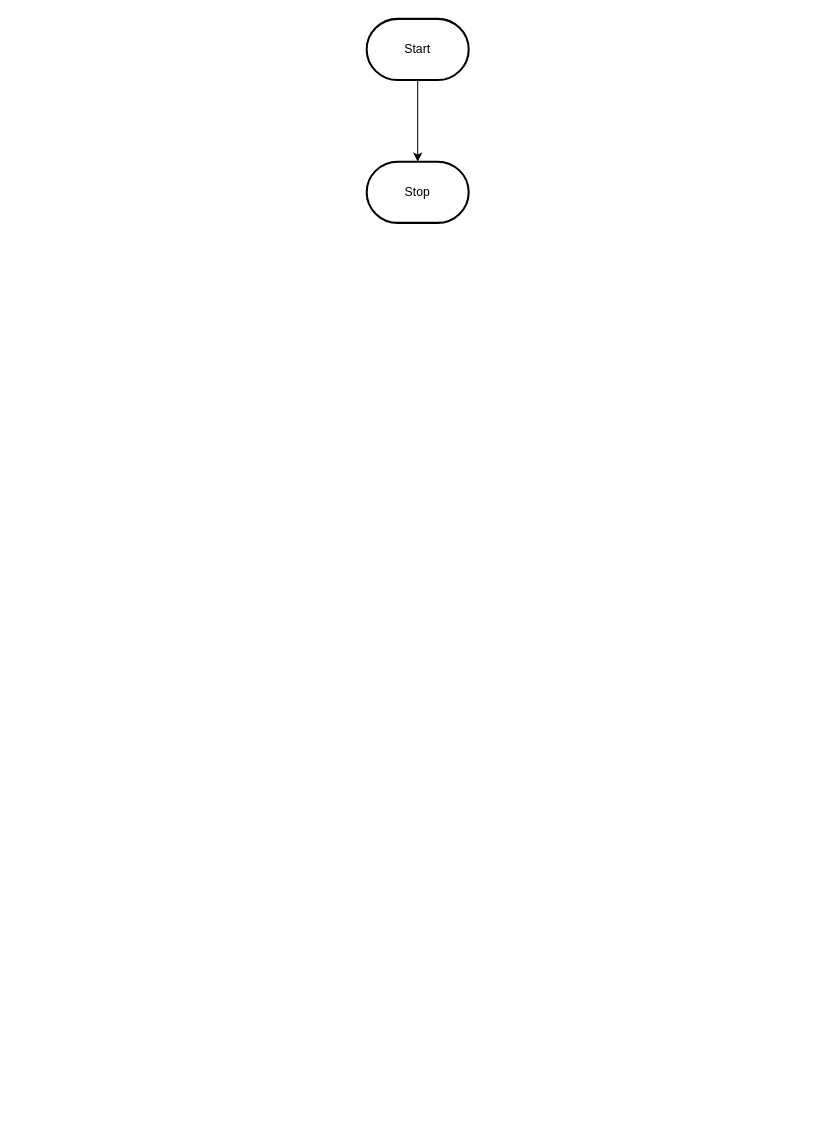
The draw.io diagram page "Page-1" (1 of 2) of design/flowchart.drawio in MTHS-ICD2O-1-2023/ICD2O-Assignment-04-jinyuzhe-calista-e, before the edit. Source tidied: cells renumbered, new cells numbered last; positions are measured from the earlier drawing's top-left corner, leaving out a move shared by most shapes. Both pictures are drawn from the tidied source at 102%, with x=0, y=0 at pixel (366, 18).
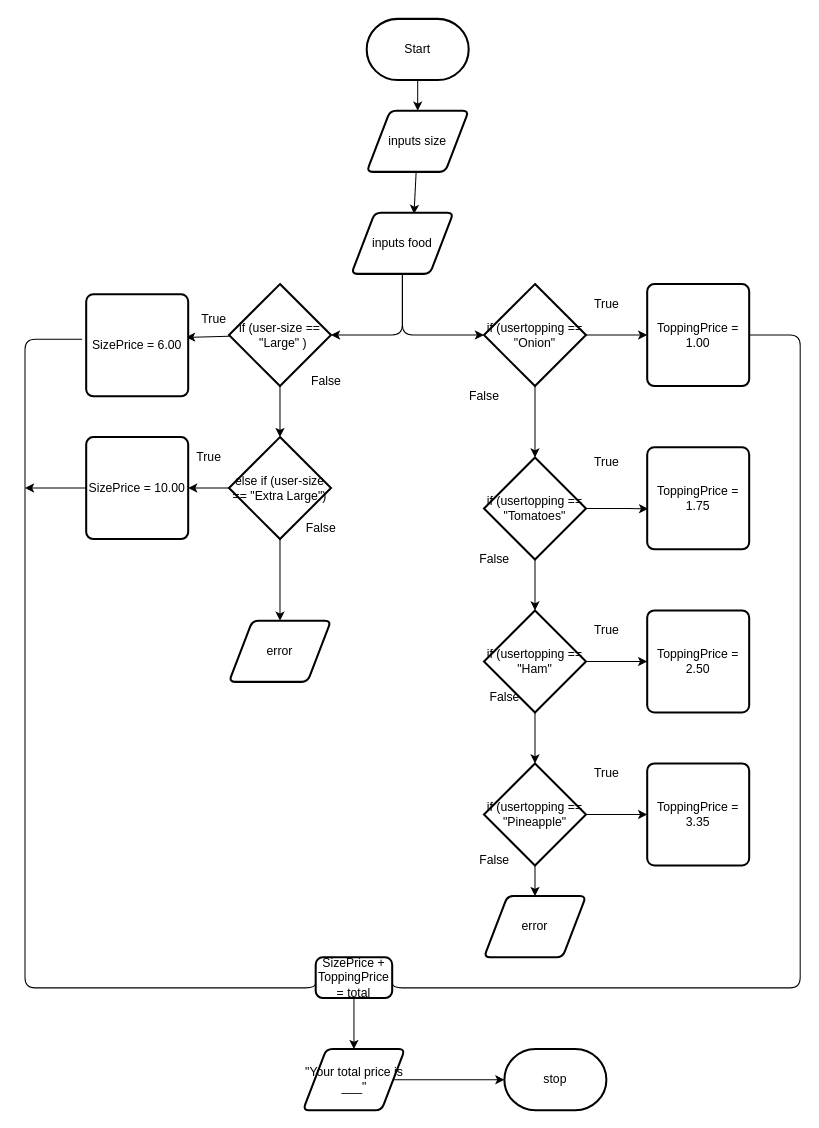
The same page after the edit.

Diff of the diagram source:
```diff
@@
+    <mxCell id="5" style="edgeStyle=none;html=1;entryX=0.5;entryY=0;entryDx=0;entryDy=0;" parent="1" edge="1" source="3" target="2">
+      <mxGeometry relative="1" as="geometry" />
+    </mxCell>
+    <mxCell id="3" value="Start" style="strokeWidth=2;html=1;shape=mxgraph.flowchart.terminator;whiteSpace=wrap;" parent="1" vertex="1">
+      <mxGeometry width="100" height="60" as="geometry" />
+    </mxCell>
+    <mxCell id="6" style="edgeStyle=none;html=1;entryX=0.614;entryY=0.021;entryDx=0;entryDy=0;entryPerimeter=0;" parent="1" edge="1" source="2" target="9">
+      <mxGeometry relative="1" as="geometry" />
+    </mxCell>
-    <mxCell id="2" style="edgeStyle=orthogonalEdgeStyle;html=1;rounded=0;" parent="1" edge="1" source="3" target="4">
-      <mxGeometry relative="1" as="geometry" />
+    <mxCell id="2" value="inputs size" style="shape=parallelogram;html=1;strokeWidth=2;perimeter=parallelogramPerimeter;whiteSpace=wrap;rounded=1;arcSize=12;size=0.23;" parent="1" vertex="1">
+      <mxGeometry y="90" width="100" height="60" as="geometry" />
     </mxCell>
-    <mxCell id="3" value="Start" style="strokeWidth=2;html=1;shape=mxgraph.flowchart.terminator;whiteSpace=wrap;" parent="1" vertex="1">
-      <mxGeometry width="100" height="60" as="geometry" />
-    </mxCell>
-    <mxCell id="4" value="Stop" style="strokeWidth=2;html=1;shape=mxgraph.flowchart.terminator;whiteSpace=wrap;" parent="1" vertex="1">
-      <mxGeometry y="140" width="100" height="60" as="geometry" />
-    </mxCell>
+    <mxCell id="7" style="edgeStyle=none;html=1;entryX=1;entryY=0.5;entryDx=0;entryDy=0;entryPerimeter=0;" parent="1" edge="1" source="9" target="12">
+      <mxGeometry relative="1" as="geometry">
+        <Array as="points">
+          <mxPoint x="35" y="310" />
+        </Array>
+      </mxGeometry>
+    </mxCell>
+    <mxCell id="8" style="edgeStyle=none;html=1;entryX=0;entryY=0.5;entryDx=0;entryDy=0;entryPerimeter=0;" parent="1" edge="1" source="9" target="26">
+      <mxGeometry relative="1" as="geometry">
+        <Array as="points">
+          <mxPoint x="35" y="310" />
+        </Array>
+      </mxGeometry>
+    </mxCell>
+    <mxCell id="9" value="inputs food" style="shape=parallelogram;html=1;strokeWidth=2;perimeter=parallelogramPerimeter;whiteSpace=wrap;rounded=1;arcSize=12;size=0.23;" parent="1" vertex="1">
+      <mxGeometry x="-15" y="190" width="100" height="60" as="geometry" />
+    </mxCell>
+    <mxCell id="10" style="edgeStyle=none;html=1;entryX=0.979;entryY=0.422;entryDx=0;entryDy=0;entryPerimeter=0;" parent="1" edge="1" source="12" target="13">
+      <mxGeometry relative="1" as="geometry" />
+    </mxCell>
+    <mxCell id="11" style="edgeStyle=none;html=1;entryX=0.5;entryY=0;entryDx=0;entryDy=0;entryPerimeter=0;" parent="1" edge="1" source="12" target="18">
+      <mxGeometry relative="1" as="geometry" />
+    </mxCell>
+    <mxCell id="12" value="if (user-size ==&lt;br&gt;&amp;nbsp; &quot;Large&quot; )" style="strokeWidth=2;html=1;shape=mxgraph.flowchart.decision;whiteSpace=wrap;" parent="1" vertex="1">
+      <mxGeometry x="-135" y="260" width="100" height="100" as="geometry" />
+    </mxCell>
+    <mxCell id="13" value="SizePrice = 6.00" style="rounded=1;whiteSpace=wrap;html=1;absoluteArcSize=1;arcSize=14;strokeWidth=2;" parent="1" vertex="1">
+      <mxGeometry x="-275" y="270" width="100" height="100" as="geometry" />
+    </mxCell>
+    <mxCell id="14" value="True" style="text;html=1;align=center;verticalAlign=middle;strokeColor=none;fillColor=none;" parent="1" vertex="1">
+      <mxGeometry x="-175" y="280" width="50" height="30" as="geometry" />
+    </mxCell>
+    <mxCell id="15" value="False" style="text;html=1;align=center;verticalAlign=middle;strokeColor=none;fillColor=none;" parent="1" vertex="1">
+      <mxGeometry x="-65" y="340" width="50" height="30" as="geometry" />
+    </mxCell>
+    <mxCell id="16" style="edgeStyle=none;html=1;entryX=1;entryY=0.5;entryDx=0;entryDy=0;" parent="1" edge="1" source="18" target="20">
+      <mxGeometry relative="1" as="geometry" />
+    </mxCell>
+    <mxCell id="17" style="edgeStyle=orthogonalEdgeStyle;html=1;entryX=0.5;entryY=0;entryDx=0;entryDy=0;" parent="1" edge="1" source="18" target="49">
+      <mxGeometry relative="1" as="geometry" />
+    </mxCell>
+    <mxCell id="18" value="else if (user-size == &quot;Extra Large&quot;)" style="strokeWidth=2;html=1;shape=mxgraph.flowchart.decision;whiteSpace=wrap;" parent="1" vertex="1">
+      <mxGeometry x="-135" y="410" width="100" height="100" as="geometry" />
+    </mxCell>
+    <mxCell id="19" style="edgeStyle=orthogonalEdgeStyle;html=1;" parent="1" edge="1" source="20">
+      <mxGeometry relative="1" as="geometry">
+        <mxPoint x="-335" y="460" as="targetPoint" />
+      </mxGeometry>
+    </mxCell>
+    <mxCell id="20" value="SizePrice = 10.00" style="rounded=1;whiteSpace=wrap;html=1;absoluteArcSize=1;arcSize=14;strokeWidth=2;" parent="1" vertex="1">
+      <mxGeometry x="-275" y="410" width="100" height="100" as="geometry" />
+    </mxCell>
+    <mxCell id="21" value="True" style="text;html=1;align=center;verticalAlign=middle;strokeColor=none;fillColor=none;" parent="1" vertex="1">
+      <mxGeometry x="-180" y="415" width="50" height="30" as="geometry" />
+    </mxCell>
+    <mxCell id="22" value="False" style="text;html=1;align=center;verticalAlign=middle;strokeColor=none;fillColor=none;" parent="1" vertex="1">
+      <mxGeometry x="-70" y="485" width="50" height="30" as="geometry" />
+    </mxCell>
+    <mxCell id="23" style="endArrow=none;html=1;entryX=-0.04;entryY=0.441;entryDx=0;entryDy=0;entryPerimeter=0;edgeStyle=orthogonalEdgeStyle;exitX=0;exitY=0.5;exitDx=0;exitDy=0;" parent="1" edge="1" source="52" target="13">
+      <mxGeometry relative="1" as="geometry">
+        <Array as="points">
+          <mxPoint x="-335" y="950" />
+          <mxPoint x="-335" y="314" />
+        </Array>
+      </mxGeometry>
+    </mxCell>
+    <mxCell id="24" style="edgeStyle=orthogonalEdgeStyle;html=1;" parent="1" edge="1" source="26">
+      <mxGeometry relative="1" as="geometry">
+        <mxPoint x="275" y="310" as="targetPoint" />
+      </mxGeometry>
+    </mxCell>
+    <mxCell id="25" style="edgeStyle=orthogonalEdgeStyle;html=1;entryX=0.5;entryY=0;entryDx=0;entryDy=0;entryPerimeter=0;" parent="1" edge="1" source="26" target="32">
+      <mxGeometry relative="1" as="geometry" />
+    </mxCell>
+    <mxCell id="26" value="if (usertopping == &quot;Onion&quot;" style="strokeWidth=2;html=1;shape=mxgraph.flowchart.decision;whiteSpace=wrap;" parent="1" vertex="1">
+      <mxGeometry x="115" y="260" width="100" height="100" as="geometry" />
+    </mxCell>
+    <mxCell id="27" value="True" style="text;html=1;align=center;verticalAlign=middle;strokeColor=none;fillColor=none;" parent="1" vertex="1">
+      <mxGeometry x="210" y="265" width="50" height="30" as="geometry" />
+    </mxCell>
+    <mxCell id="28" value="False" style="text;html=1;align=center;verticalAlign=middle;strokeColor=none;fillColor=none;" parent="1" vertex="1">
+      <mxGeometry x="90" y="355" width="50" height="30" as="geometry" />
+    </mxCell>
+    <mxCell id="29" value="ToppingPrice = 1.00" style="rounded=1;whiteSpace=wrap;html=1;absoluteArcSize=1;arcSize=14;strokeWidth=2;" parent="1" vertex="1">
+      <mxGeometry x="275" y="260" width="100" height="100" as="geometry" />
+    </mxCell>
+    <mxCell id="30" style="edgeStyle=orthogonalEdgeStyle;html=1;entryX=0.5;entryY=0;entryDx=0;entryDy=0;entryPerimeter=0;" parent="1" edge="1" source="32" target="41">
+      <mxGeometry relative="1" as="geometry" />
+    </mxCell>
+    <mxCell id="31" style="edgeStyle=orthogonalEdgeStyle;html=1;entryX=0.009;entryY=0.603;entryDx=0;entryDy=0;entryPerimeter=0;" parent="1" edge="1" source="32" target="33">
+      <mxGeometry relative="1" as="geometry" />
+    </mxCell>
+    <mxCell id="32" value="if (usertopping == &quot;Tomatoes&quot;" style="strokeWidth=2;html=1;shape=mxgraph.flowchart.decision;whiteSpace=wrap;" parent="1" vertex="1">
+      <mxGeometry x="115" y="430" width="100" height="100" as="geometry" />
+    </mxCell>
+    <mxCell id="33" value="ToppingPrice = 1.75" style="rounded=1;whiteSpace=wrap;html=1;absoluteArcSize=1;arcSize=14;strokeWidth=2;" parent="1" vertex="1">
+      <mxGeometry x="275" y="420" width="100" height="100" as="geometry" />
+    </mxCell>
+    <mxCell id="34" value="ToppingPrice = 3.35" style="rounded=1;whiteSpace=wrap;html=1;absoluteArcSize=1;arcSize=14;strokeWidth=2;" parent="1" vertex="1">
+      <mxGeometry x="275" y="730" width="100" height="100" as="geometry" />
+    </mxCell>
+    <mxCell id="35" value="ToppingPrice = 2.50" style="rounded=1;whiteSpace=wrap;html=1;absoluteArcSize=1;arcSize=14;strokeWidth=2;" parent="1" vertex="1">
+      <mxGeometry x="275" y="580" width="100" height="100" as="geometry" />
+    </mxCell>
+    <mxCell id="36" style="edgeStyle=orthogonalEdgeStyle;html=1;entryX=0.5;entryY=0;entryDx=0;entryDy=0;" parent="1" edge="1" source="38" target="42">
+      <mxGeometry relative="1" as="geometry" />
+    </mxCell>
+    <mxCell id="37" style="edgeStyle=orthogonalEdgeStyle;html=1;entryX=0;entryY=0.5;entryDx=0;entryDy=0;" parent="1" edge="1" source="38" target="34">
+      <mxGeometry relative="1" as="geometry" />
+    </mxCell>
+    <mxCell id="38" value="if (usertopping == &quot;Pineapple&quot;" style="strokeWidth=2;html=1;shape=mxgraph.flowchart.decision;whiteSpace=wrap;" parent="1" vertex="1">
+      <mxGeometry x="115" y="730" width="100" height="100" as="geometry" />
+    </mxCell>
+    <mxCell id="39" style="edgeStyle=orthogonalEdgeStyle;html=1;entryX=0.5;entryY=0;entryDx=0;entryDy=0;entryPerimeter=0;" parent="1" edge="1" source="41" target="38">
+      <mxGeometry relative="1" as="geometry" />
+    </mxCell>
+    <mxCell id="40" style="edgeStyle=orthogonalEdgeStyle;html=1;entryX=0;entryY=0.5;entryDx=0;entryDy=0;" parent="1" edge="1" source="41" target="35">
+      <mxGeometry relative="1" as="geometry" />
+    </mxCell>
+    <mxCell id="41" value="if (usertopping == &quot;Ham&quot;" style="strokeWidth=2;html=1;shape=mxgraph.flowchart.decision;whiteSpace=wrap;" parent="1" vertex="1">
+      <mxGeometry x="115" y="580" width="100" height="100" as="geometry" />
+    </mxCell>
+    <mxCell id="42" value="error" style="shape=parallelogram;html=1;strokeWidth=2;perimeter=parallelogramPerimeter;whiteSpace=wrap;rounded=1;arcSize=12;size=0.23;" parent="1" vertex="1">
+      <mxGeometry x="115" y="860" width="100" height="60" as="geometry" />
+    </mxCell>
+    <mxCell id="43" value="False" style="text;html=1;align=center;verticalAlign=middle;strokeColor=none;fillColor=none;" parent="1" vertex="1">
+      <mxGeometry x="100" y="810" width="50" height="30" as="geometry" />
+    </mxCell>
+    <mxCell id="44" value="False" style="text;html=1;align=center;verticalAlign=middle;strokeColor=none;fillColor=none;" parent="1" vertex="1">
+      <mxGeometry x="110" y="650" width="50" height="30" as="geometry" />
+    </mxCell>
+    <mxCell id="45" value="False" style="text;html=1;align=center;verticalAlign=middle;strokeColor=none;fillColor=none;" parent="1" vertex="1">
+      <mxGeometry x="100" y="515" width="50" height="30" as="geometry" />
+    </mxCell>
+    <mxCell id="46" value="True" style="text;html=1;align=center;verticalAlign=middle;strokeColor=none;fillColor=none;" parent="1" vertex="1">
+      <mxGeometry x="210" y="420" width="50" height="30" as="geometry" />
+    </mxCell>
+    <mxCell id="47" value="True" style="text;html=1;align=center;verticalAlign=middle;strokeColor=none;fillColor=none;" parent="1" vertex="1">
+      <mxGeometry x="210" y="585" width="50" height="30" as="geometry" />
+    </mxCell>
+    <mxCell id="48" value="True" style="text;html=1;align=center;verticalAlign=middle;strokeColor=none;fillColor=none;" parent="1" vertex="1">
+      <mxGeometry x="210" y="725" width="50" height="30" as="geometry" />
+    </mxCell>
+    <mxCell id="49" value="error" style="shape=parallelogram;html=1;strokeWidth=2;perimeter=parallelogramPerimeter;whiteSpace=wrap;rounded=1;arcSize=12;size=0.23;" parent="1" vertex="1">
+      <mxGeometry x="-135" y="590" width="100" height="60" as="geometry" />
+    </mxCell>
+    <mxCell id="50" style="endArrow=none;html=1;exitX=1;exitY=0.5;exitDx=0;exitDy=0;edgeStyle=orthogonalEdgeStyle;entryX=1;entryY=0.5;entryDx=0;entryDy=0;" parent="1" edge="1" source="29" target="52">
+      <mxGeometry relative="1" as="geometry">
+        <Array as="points">
+          <mxPoint x="425" y="310" />
+          <mxPoint x="425" y="950" />
+        </Array>
+      </mxGeometry>
+    </mxCell>
+    <mxCell id="51" style="edgeStyle=orthogonalEdgeStyle;html=1;" parent="1" edge="1" source="52" target="54">
+      <mxGeometry relative="1" as="geometry" />
+    </mxCell>
+    <mxCell id="52" value="SizePrice + ToppingPrice = total" style="rounded=1;whiteSpace=wrap;html=1;absoluteArcSize=1;arcSize=14;strokeWidth=2;" parent="1" vertex="1">
+      <mxGeometry x="-50" y="920" width="75" height="40" as="geometry" />
+    </mxCell>
+    <mxCell id="53" style="edgeStyle=orthogonalEdgeStyle;html=1;entryX=0;entryY=0.5;entryDx=0;entryDy=0;entryPerimeter=0;" parent="1" edge="1" source="54" target="55">
+      <mxGeometry relative="1" as="geometry" />
+    </mxCell>
+    <mxCell id="54" value="&quot;Your total price is ___&quot;" style="shape=parallelogram;html=1;strokeWidth=2;perimeter=parallelogramPerimeter;whiteSpace=wrap;rounded=1;arcSize=12;size=0.23;" parent="1" vertex="1">
+      <mxGeometry x="-62.5" y="1010" width="100" height="60" as="geometry" />
+    </mxCell>
+    <mxCell id="55" value="stop" style="strokeWidth=2;html=1;shape=mxgraph.flowchart.terminator;whiteSpace=wrap;" parent="1" vertex="1">
+      <mxGeometry x="135" y="1010" width="100" height="60" as="geometry" />
+    </mxCell>
```
